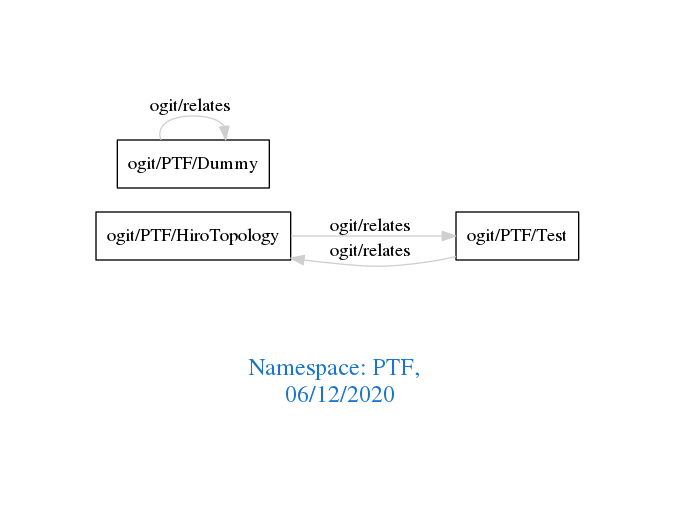
Above: downloads/PTF.png in arago/OGIT (Graphviz), before the change. Its source is kept beside it as downloads/PTF.dot.
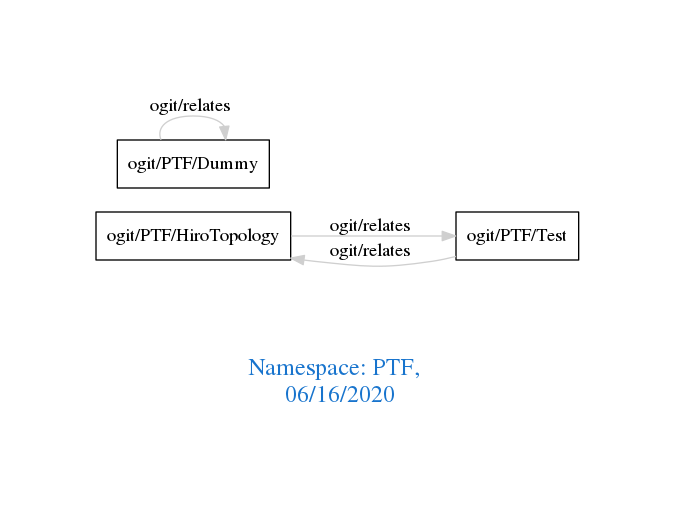
The same diagram one commit later.

Change to the diagram source:
```diff
@@ -1,7 +1,7 @@
 digraph OGIT_ontology {
  graph [ rankdir= LR,pad=1
 fontsize = 18,
-fontcolor= dodgerblue3,label = "\n\n\nNamespace: PTF, \n 06/12/2020"];
+fontcolor= dodgerblue3,label = "\n\n\nNamespace: PTF, \n 06/16/2020"];
 node[shape=polygon];
 edge [  color="gray81"];
 
```
